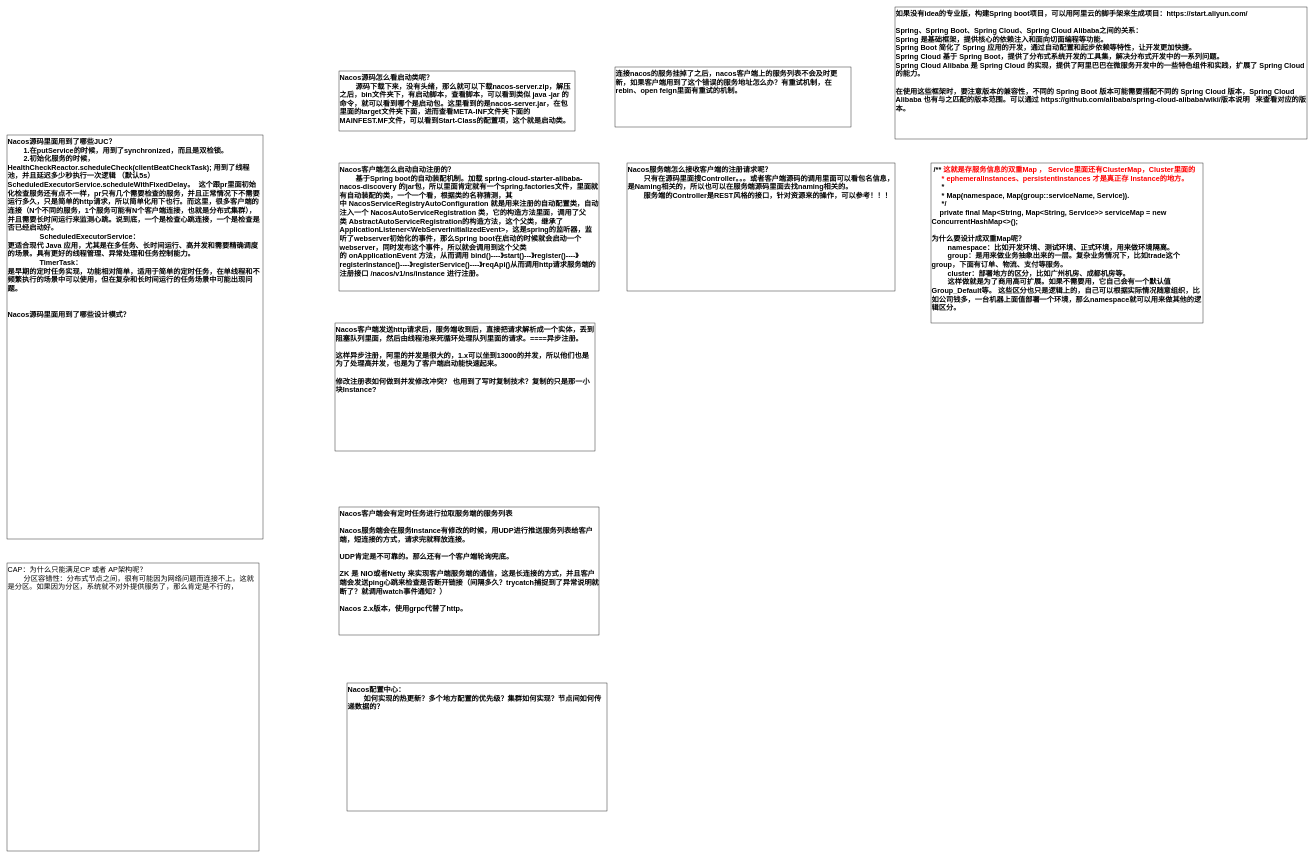
This is JAVA/Nacos.drawio from KGwolf/MyDraw, a draw.io file, before an edit. Source tidied: cells renumbered, new cells numbered last; positions are measured from the earlier drawing's top-left corner, leaving out a move shared by most shapes. Both pictures are drawn from the tidied source at 40%, with x=0, y=0 at pixel (7, 7).
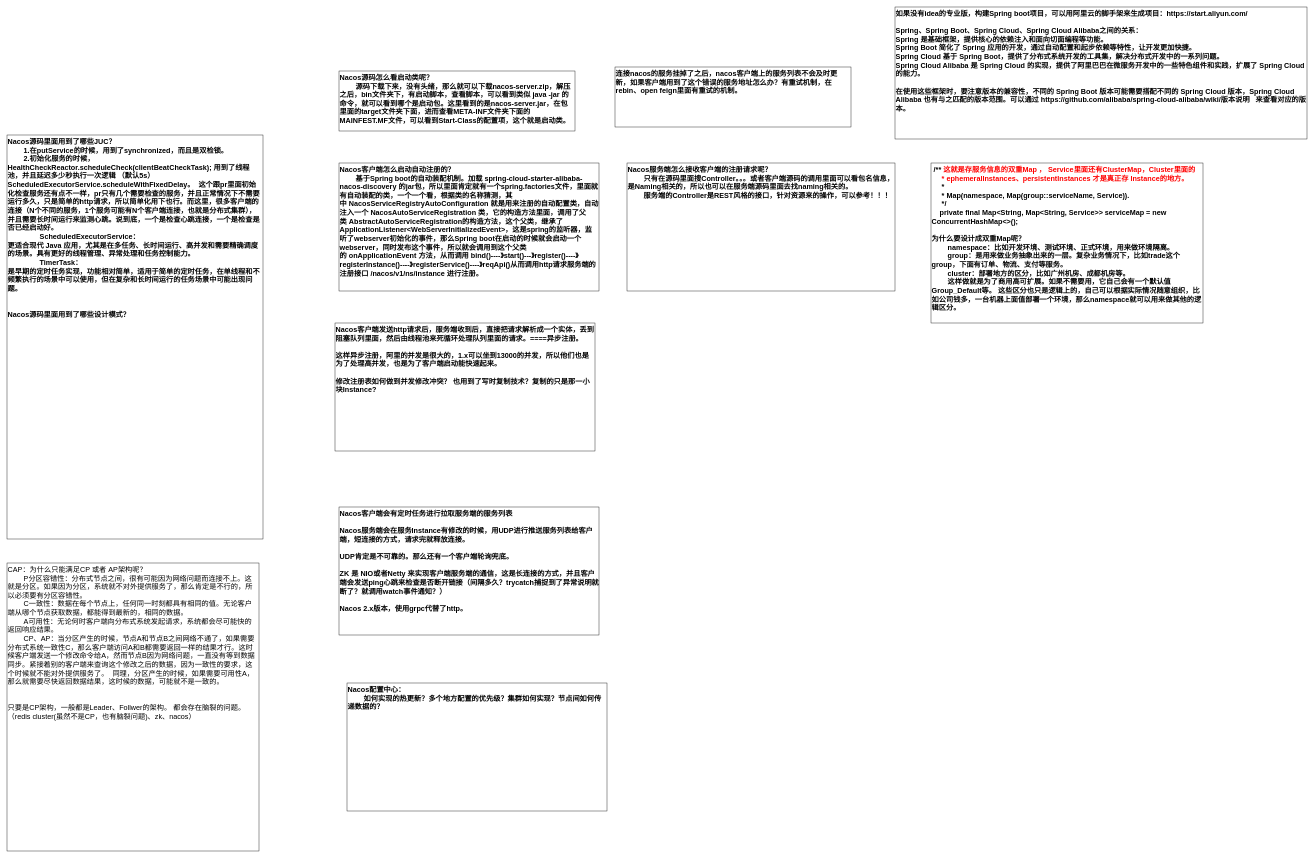
Above is the later version.

Change to the diagram source:
```diff
@@
 <mxGraphModel>
   <root>
     <mxCell id="0" />
     <mxCell id="1" parent="0" />
     <mxCell id="2" value="Nacos源码怎么看启动类呢？&lt;div&gt;&lt;span style=&quot;white-space: pre;&quot;&gt;&#9;&lt;/span&gt;源码下载下来，没有头绪，那么就可以下载nacos-server.zip，解压之后，bin文件夹下，有启动脚本，查看脚本，可以看到类似 java -jar 的命令，就可以看到哪个是启动包。这里看到的是nacos-server.jar，在包里面的target文件夹下面，进而查看META-INF文件夹下面的MAINFEST.MF文件，可以看到Start-Class的配置项，这个就是启动类。&lt;br&gt;&lt;/div&gt;" style="rounded=0;whiteSpace=wrap;html=1;fontSize=18;fontStyle=1;verticalAlign=top;align=left;" parent="1" vertex="1">
       <mxGeometry x="830" y="160" width="590" height="150" as="geometry" />
     </mxCell>
     <mxCell id="3" value="连接nacos的服务挂掉了之后，nacos客户端上的服务列表不会及时更新，如果客户端用到了这个错误的服务地址怎么办？有重试机制，在rebin、open feign里面有重试的机制。" style="rounded=0;whiteSpace=wrap;html=1;fontSize=18;fontStyle=1;verticalAlign=top;align=left;" parent="1" vertex="1">
       <mxGeometry x="1520" y="150" width="590" height="150" as="geometry" />
     </mxCell>
     <mxCell id="4" value="如果没有idea的专业版，构建Spring boot项目，可以用阿里云的脚手架来生成项目：https://start.aliyun.com/&lt;div&gt;&lt;br&gt;&lt;/div&gt;&lt;div&gt;Spring、Spring Boot、Spring Cloud、Spring Cloud Alibaba之间的关系：&lt;/div&gt;&lt;div&gt;&lt;div&gt;Spring 是基础框架，提供核心的依赖注入和面向切面编程等功能。&lt;/div&gt;&lt;div&gt;Spring Boot 简化了 Spring 应用的开发，通过自动配置和起步依赖等特性，让开发更加快捷。&lt;/div&gt;&lt;div&gt;Spring Cloud 基于 Spring Boot，提供了分布式系统开发的工具集，解决分布式开发中的一系列问题。&lt;/div&gt;&lt;div&gt;Spring Cloud Alibaba 是 Spring Cloud 的实现，提供了阿里巴巴在微服务开发中的一些特色组件和实践，扩展了 Spring Cloud 的能力。&lt;/div&gt;&lt;div&gt;&lt;br&gt;&lt;/div&gt;&lt;div&gt;在使用这些框架时，要注意版本的兼容性，不同的 Spring Boot 版本可能需要搭配不同的 Spring Cloud 版本，Spring Cloud Alibaba 也有与之匹配的版本范围。可以通过&amp;nbsp;https://github.com/alibaba/spring-cloud-alibaba/wiki/版本说明&amp;nbsp; &amp;nbsp;来查看对应的版本。&lt;/div&gt;&lt;/div&gt;" style="rounded=0;whiteSpace=wrap;html=1;fontSize=18;fontStyle=1;verticalAlign=top;align=left;" parent="1" vertex="1">
       <mxGeometry x="2220" width="1030" height="330" as="geometry" />
     </mxCell>
     <mxCell id="5" value="Nacos客户端怎么启动自动注册的？&lt;div&gt;&lt;span style=&quot;white-space: pre;&quot;&gt;&#9;&lt;/span&gt;基于Spring boot的自动装配机制。加载&amp;nbsp;spring-cloud-starter-alibaba-nacos-discovery 的jar包，所以里面肯定就有一个spring.factories文件，里面就有自动装配的类，一个一个看，根据类的名称猜测，其中&amp;nbsp;NacosServiceRegistryAutoConfiguration 就是用来注册的自动配置类，自动注入一个&amp;nbsp;NacosAutoServiceRegistration 类，它的构造方法里面，调用了父类&amp;nbsp;AbstractAutoServiceRegistration的构造方法，这个父类，继承了ApplicationListener&amp;lt;WebServerInitializedEvent&amp;gt;，这是spring的监听器，监听了webserver初始化的事件，那么Spring boot在启动的时候就会启动一个webserver，同时发布这个事件，所以就会调用到这个父类的&amp;nbsp;onApplicationEvent 方法，从而调用 bind()----》start()---》register()----》registerInstance()----》registerService()----》reqApi()从而调用http请求服务端的注册接口 /nacos/v1/ns/instance 进行注册。&lt;br&gt;&lt;/div&gt;" style="rounded=0;whiteSpace=wrap;html=1;fontSize=18;fontStyle=1;verticalAlign=top;align=left;" parent="1" vertex="1">
       <mxGeometry x="830" y="390" width="650" height="320" as="geometry" />
     </mxCell>
     <mxCell id="6" value="Nacos服务端怎么接收客户端的注册请求呢？&lt;div&gt;&lt;span style=&quot;white-space: pre;&quot;&gt;&#9;&lt;/span&gt;只有在源码里面搜Controller。。。或者客户端源码的调用里面可以看包名信息，是Naming相关的，所以也可以在服务端源码里面去找naming相关的。&lt;br&gt;&lt;/div&gt;&lt;div&gt;&lt;span style=&quot;white-space: pre;&quot;&gt;&#9;&lt;/span&gt;服务端的Controller是REST风格的接口，针对资源来的操作，可以参考！！！&lt;br&gt;&lt;/div&gt;" style="rounded=0;whiteSpace=wrap;html=1;fontSize=18;fontStyle=1;verticalAlign=top;align=left;" parent="1" vertex="1">
       <mxGeometry x="1550" y="390" width="670" height="320" as="geometry" />
     </mxCell>
     <mxCell id="7" value="&lt;div&gt;&lt;div&gt;&amp;nbsp;/** &lt;font style=&quot;color: rgb(255, 0, 0);&quot;&gt;这就是存服务信息的双重Map ， Service里面还有ClusterMap，Cluster里面的&lt;/font&gt;&lt;/div&gt;&lt;div&gt;&lt;font style=&quot;color: rgb(255, 0, 0);&quot;&gt;&amp;nbsp; &amp;nbsp; &amp;nbsp;*&amp;nbsp;ephemeralInstances、persistentInstances 才是真正存 Instance的地方。&lt;/font&gt;&lt;/div&gt;&lt;div&gt;&amp;nbsp; &amp;nbsp; &amp;nbsp;*&lt;/div&gt;&lt;div&gt;&amp;nbsp; &amp;nbsp; &amp;nbsp;* Map(namespace, Map(group::serviceName, Service)).&lt;/div&gt;&lt;div&gt;&amp;nbsp; &amp;nbsp; &amp;nbsp;*/&lt;/div&gt;&lt;div&gt;&amp;nbsp; &amp;nbsp; private final Map&amp;lt;String, Map&amp;lt;String, Service&amp;gt;&amp;gt; serviceMap = new ConcurrentHashMap&amp;lt;&amp;gt;();&lt;/div&gt;&lt;/div&gt;&lt;div&gt;&lt;br&gt;&lt;/div&gt;&lt;div&gt;为什么要设计成双重Map呢？&lt;/div&gt;&lt;div&gt;&lt;span style=&quot;white-space: pre;&quot;&gt;&#9;&lt;/span&gt;namespace：比如开发环境、测试环境、正式环境，用来做环境隔离。&lt;br&gt;&lt;/div&gt;&lt;div&gt;&lt;span style=&quot;white-space: pre;&quot;&gt;&#9;&lt;/span&gt;group：是用来做业务抽象出来的一层。复杂业务情况下，比如trade这个group，下面有订单、物流、支付等服务。&lt;br&gt;&lt;/div&gt;&lt;div&gt;&lt;span style=&quot;white-space: pre;&quot;&gt;&#9;&lt;/span&gt;cluster：部署地方的区分，比如广州机房、成都机房等。&lt;br&gt;&lt;/div&gt;&lt;div&gt;&lt;span style=&quot;white-space: pre;&quot;&gt;&#9;&lt;/span&gt;这样做就是为了商用高可扩展。如果不需要用，它自己会有一个默认值 Group_Default等。 这些区分也只是逻辑上的，自己可以根据实际情况随意组织，比如公司钱多，一台机器上面值部署一个环境，那么namespace就可以用来做其他的逻辑区分。&lt;br&gt;&lt;/div&gt;" style="rounded=0;whiteSpace=wrap;html=1;fontSize=18;fontStyle=1;verticalAlign=top;align=left;" parent="1" vertex="1">
       <mxGeometry x="2310" y="390" width="680" height="400" as="geometry" />
     </mxCell>
     <mxCell id="8" value="Nacos源码里面用到了哪些JUC？&lt;div&gt;&lt;span style=&quot;white-space: pre;&quot;&gt;&#9;&lt;/span&gt;1.在putService的时候，用到了synchronized，而且是双检锁。&lt;br&gt;&lt;/div&gt;&lt;div&gt;&lt;span style=&quot;white-space: pre;&quot;&gt;&#9;&lt;/span&gt;2.初始化服务的时候，HealthCheckReactor.scheduleCheck(clientBeatCheckTask); 用到了线程池，并且延迟多少秒执行一次逻辑 （默认5s） ScheduledExecutorService.scheduleWithFixedDelay。&amp;nbsp; 这个跟pr里面初始化检查服务还有点不一样，pr只有几个需要检查的服务，并且正常情况下不需要运行多久，只是简单的http请求，所以简单化用下也行。而这里，很多客户端的连接（N个不同的服务，1个服务可能有N个客户端连接，也就是分布式集群），并且需要长时间运行来监测心跳。说到底，一个是检查心跳连接，一个是检查是否已经启动好。&lt;br&gt;&lt;/div&gt;&lt;div&gt;&lt;span style=&quot;white-space: pre;&quot;&gt;&#9;&lt;/span&gt;&lt;span style=&quot;white-space: pre;&quot;&gt;&#9;&lt;/span&gt;&lt;span style=&quot;background-color: transparent;&quot;&gt;ScheduledExecutorService：&lt;br&gt;更适合现代 Java 应用，尤其是在多任务、长时间运行、高并发和需要精确调度的场景。具有更好的线程管理、异常处理和任务控制能力。&amp;nbsp;&lt;/span&gt;&lt;/div&gt;&lt;div&gt;&lt;span style=&quot;background-color: transparent;&quot;&gt;&lt;span style=&quot;white-space: pre;&quot;&gt;&#9;&lt;/span&gt;&lt;span style=&quot;white-space: pre;&quot;&gt;&#9;&lt;/span&gt;TimerTask：&lt;br&gt;是早期的定时任务实现，功能相对简单，适用于简单的定时任务，在单线程和不频繁执行的场景中可以使用，但在复杂和长时间运行的任务场景中可能出现问题。&lt;/span&gt;&lt;br&gt;&lt;/div&gt;&lt;div&gt;&lt;br&gt;&lt;/div&gt;&lt;div&gt;&lt;br&gt;&lt;/div&gt;&lt;div&gt;Nacos源码里面用到了哪些设计模式？&lt;/div&gt;" style="rounded=0;whiteSpace=wrap;html=1;fontSize=18;fontStyle=1;verticalAlign=top;align=left;" parent="1" vertex="1">
       <mxGeometry y="320" width="640" height="1010" as="geometry" />
     </mxCell>
     <mxCell id="9" value="Nacos客户端发送http请求后，服务端收到后，直接把请求解析成一个实体，丢到阻塞队列里面，然后由线程池来死循环处理队列里面的请求。====异步注册。&lt;div&gt;&lt;br&gt;&lt;/div&gt;&lt;div&gt;这样异步注册，阿里的并发是很大的，1.x可以坐到13000的并发，所以他们也是为了处理高并发，也是为了客户端启动能快速起来。&lt;/div&gt;&lt;div&gt;&lt;br&gt;&lt;/div&gt;&lt;div&gt;修改注册表如何做到并发修改冲突？ 也用到了写时复制技术？复制的只是那一小块Instance?&lt;/div&gt;" style="rounded=0;whiteSpace=wrap;html=1;fontSize=18;fontStyle=1;verticalAlign=top;align=left;" parent="1" vertex="1">
       <mxGeometry x="820" y="790" width="650" height="320" as="geometry" />
     </mxCell>
     <mxCell id="10" value="Nacos客户端会有定时任务进行拉取服务端的服务列表&lt;div&gt;&lt;br&gt;&lt;/div&gt;&lt;div&gt;Nacos服务端会在服务Instance有修改的时候，用UDP进行推送服务列表给客户端，短连接的方式，请求完就释放连接。&lt;/div&gt;&lt;div&gt;&lt;br&gt;&lt;/div&gt;&lt;div&gt;UDP肯定是不可靠的。那么还有一个客户端轮询兜底。&lt;/div&gt;&lt;div&gt;&lt;br&gt;&lt;/div&gt;&lt;div&gt;ZK 是 NIO或者Netty 来实现客户端服务端的通信，这是长连接的方式，并且客户端会发送ping心跳来检查是否断开链接（间隔多久？trycatch捕捉到了异常说明就断了？就调用watch事件通知？）&lt;/div&gt;&lt;div&gt;&lt;br&gt;&lt;/div&gt;&lt;div&gt;Nacos 2.x版本，使用grpc代替了http。&lt;/div&gt;" style="rounded=0;whiteSpace=wrap;html=1;fontSize=18;fontStyle=1;verticalAlign=top;align=left;" parent="1" vertex="1">
       <mxGeometry x="830" y="1250" width="650" height="320" as="geometry" />
     </mxCell>
     <mxCell id="11" value="Nacos配置中心：&lt;div&gt;&lt;span style=&quot;white-space: pre;&quot;&gt;&#9;&lt;/span&gt;如何实现的热更新？多个地方配置的优先级？集群如何实现？节点间如何传递数据的？&lt;br&gt;&lt;/div&gt;" style="rounded=0;whiteSpace=wrap;html=1;fontSize=18;fontStyle=1;verticalAlign=top;align=left;" parent="1" vertex="1">
       <mxGeometry x="850" y="1690" width="650" height="320" as="geometry" />
     </mxCell>
-    <mxCell id="12" value="&lt;span style=&quot;font-weight: 400;&quot;&gt;CAP：为什么只能满足CP 或者 AP架构呢？&lt;/span&gt;&lt;div style=&quot;font-weight: 400;&quot;&gt;&lt;span style=&quot;white-space: pre;&quot;&gt;&#9;&lt;/span&gt;分区容错性：分布式节点之间，很有可能因为网络问题而连接不上。这就是分区。如果因为分区，系统就不对外提供服务了，那么肯定是不行的，&lt;/div&gt;" style="rounded=0;whiteSpace=wrap;html=1;fontSize=18;fontStyle=1;verticalAlign=top;align=left;" parent="1" vertex="1">
+    <mxCell id="12" value="&lt;span style=&quot;font-weight: 400;&quot;&gt;CAP：为什么只能满足CP 或者 AP架构呢？&lt;/span&gt;&lt;div style=&quot;font-weight: 400;&quot;&gt;&lt;span style=&quot;white-space: pre;&quot;&gt;&#9;&lt;/span&gt;P分区容错性：分布式节点之间，很有可能因为网络问题而连接不上。这就是分区。如果因为分区，系统就不对外提供服务了，那么肯定是不行的，所以必须要有分区容错性。&lt;/div&gt;&lt;div style=&quot;font-weight: 400;&quot;&gt;&lt;span style=&quot;white-space: pre;&quot;&gt;&#9;&lt;/span&gt;C一致性：数据在每个节点上，任何同一时刻都具有相同的值。无论客户端从哪个节点获取数据，都能得到最新的，相同的数据。&lt;br&gt;&lt;/div&gt;&lt;div style=&quot;font-weight: 400;&quot;&gt;&lt;span style=&quot;white-space: pre;&quot;&gt;&#9;&lt;/span&gt;A可用性：无论何时客户端向分布式系统发起请求，系统都会尽可能快的返回响应结果。&lt;br&gt;&lt;/div&gt;&lt;div style=&quot;font-weight: 400;&quot;&gt;&lt;span style=&quot;white-space: pre;&quot;&gt;&#9;&lt;/span&gt;CP、AP：当分区产生的时候，节点A和节点B之间网络不通了，如果需要分布式系统一致性C，那么客户端访问A和B都需要返回一样的结果才行。这时候客户端发送一个修改命令给A，然而节点B因为网络问题，一直没有等到数据同步。紧接着别的客户端来查询这个修改之后的数据，因为一致性的要求，这个时候就不能对外提供服务了。&amp;nbsp; 同理，分区产生的时候，如果需要可用性A，那么就需要尽快返回数据结果，这时候的数据，可能就不是一致的。&lt;br&gt;&lt;/div&gt;&lt;div style=&quot;font-weight: 400;&quot;&gt;&lt;br&gt;&lt;/div&gt;&lt;div style=&quot;font-weight: 400;&quot;&gt;&lt;br&gt;&lt;/div&gt;&lt;div style=&quot;font-weight: 400;&quot;&gt;只要是CP架构，一般都是Leader、Follwer的架构。 都会存在脑裂的问题。（redis cluster(虽然不是CP，也有脑裂问题)、zk、nacos）&lt;/div&gt;" style="rounded=0;whiteSpace=wrap;html=1;fontSize=18;fontStyle=1;verticalAlign=top;align=left;" parent="1" vertex="1">
       <mxGeometry y="1390" width="630" height="720" as="geometry" />
     </mxCell>
   </root>
 </mxGraphModel>
```
